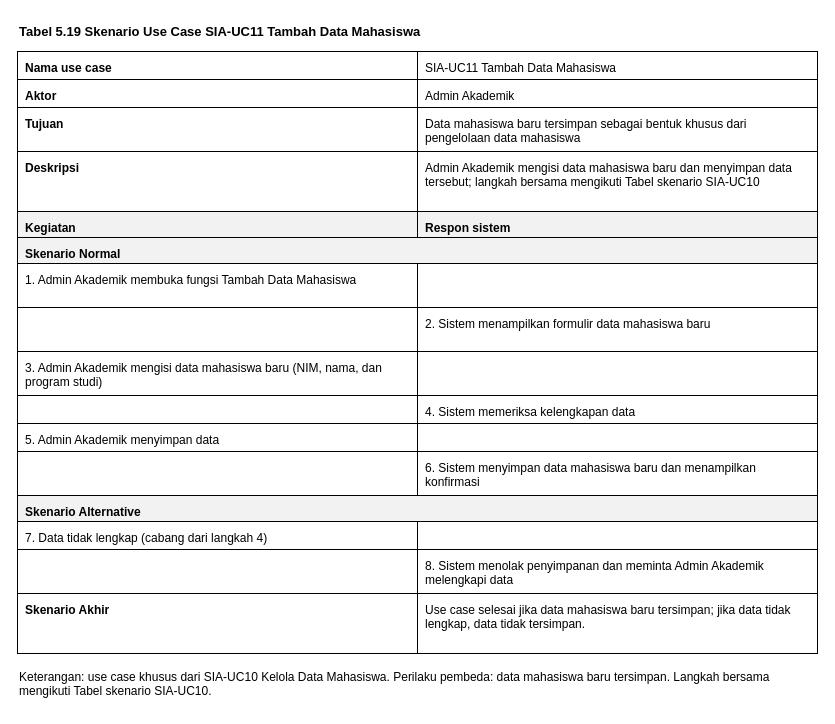
The draw.io diagram page "Tabel 5.19 SIA-UC11" (5 of 7) of 04_model_analisis/P05/SIA/P05_2406077_SIA_notasi_usecase_v01.drawio in 2406077-bit/IFRWP5149_2406077_LabAlat, before the edit. Source tidied: cells renumbered, new cells numbered last; positions are measured from the earlier drawing's top-left corner, leaving out a move shared by most shapes. Both pictures are drawn from the tidied source at 100%, with x=0, y=0 at pixel (17, 17).
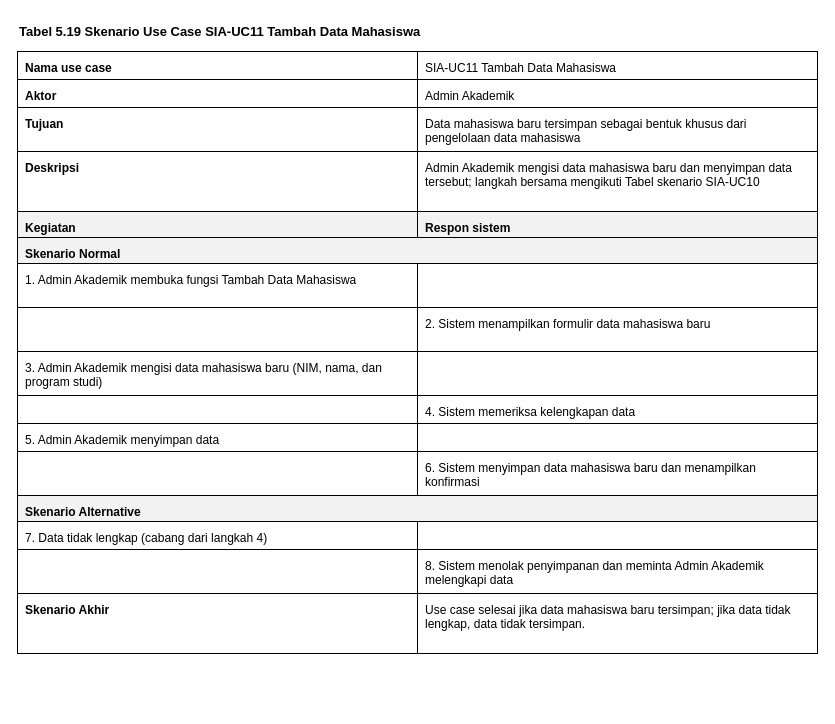
After the change.

Commit message (it also covers changes not shown here):
P05 SKENARIO USE CASE: DARI DIAGRAM KE LANGKAH KEGIATAN

The edit, as a diff of the source:
```diff
@@
-    <mxCell id="33" value="Keterangan: use case khusus dari SIA-UC10 Kelola Data Mahasiswa. Perilaku pembeda: data mahasiswa baru tersimpan. Langkah bersama mengikuti Tabel skenario SIA-UC10." style="text;html=1;align=left;verticalAlign=top;whiteSpace=wrap;fontSize=12;" parent="1" vertex="1">
-      <mxGeometry y="646" width="800" height="44" as="geometry" />
-    </mxCell>
```
